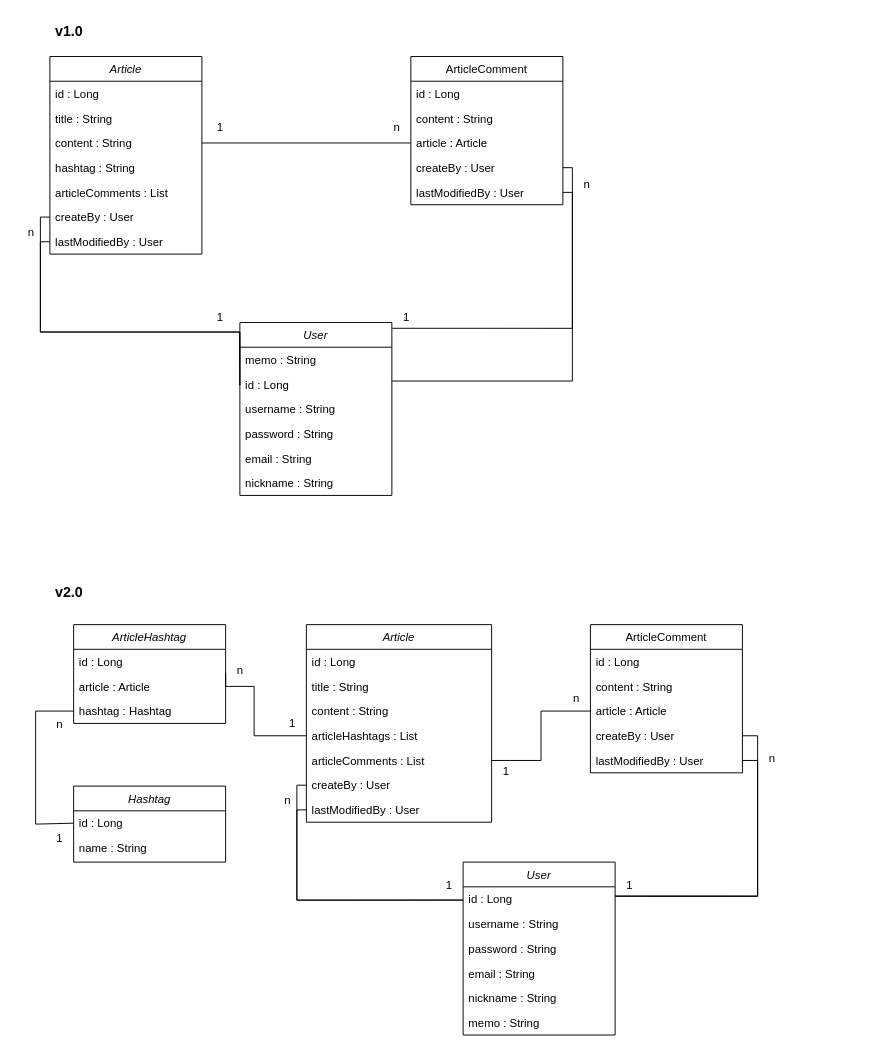
Above: document/project-board_CLASS.drawio in mykim8710/project-board (draw.io), before the change. Source tidied: cells renumbered, new cells numbered last; positions are measured from the earlier drawing's top-left corner, leaving out a move shared by most shapes. Both pictures are drawn from the tidied source at 95%, with x=0, y=0 at pixel (16, 16).
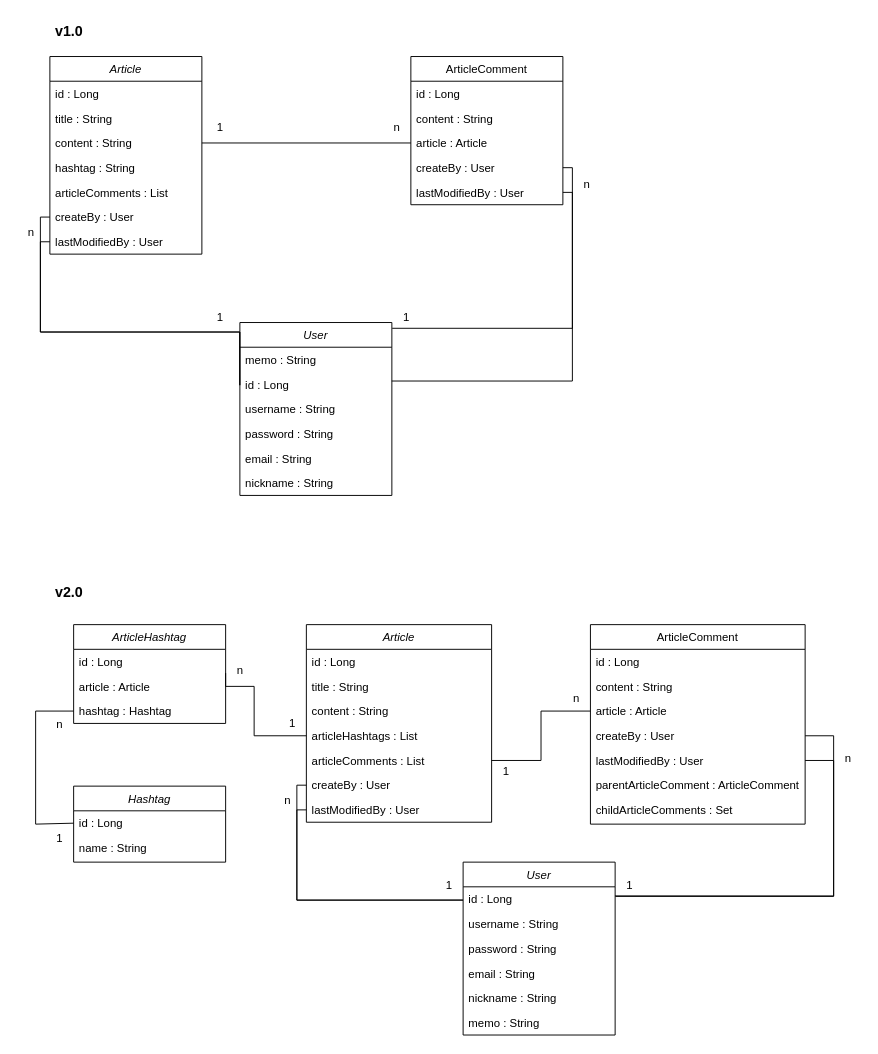
After the change.

Commit message:
#57 - 댓글기능 고도화에 따른 클래스다이어그램 수정

Unchanged cells that the change refers to:
```xml
<mxCell id="58" value="id : Long" style="text;align=left;verticalAlign=top;spacingLeft=4;spacingRight=4;overflow=hidden;points=[[0,0.5],[1,0.5]];portConstraint=eastwest;" parent="57" vertex="1">
  <mxGeometry y="26" width="160" height="26" as="geometry" />
</mxCell>
<mxCell id="69" value="1" style="text;html=1;align=center;verticalAlign=middle;points=[];strokeColor=none;fillColor=none;" parent="1" vertex="1">
  <mxGeometry x="630" y="900" width="30" height="30" as="geometry" />
</mxCell>
```

What changed in the source:
```diff
@@
     <mxCell id="51" value="ArticleComment" style="swimlane;fontStyle=0;align=center;verticalAlign=top;horizontal=1;startSize=26;rounded=0;shadow=0;strokeWidth=1;" parent="1" vertex="1">
-      <mxGeometry x="604" y="640" width="160" height="156" as="geometry" />
+      <mxGeometry x="604" y="640" width="226" height="210" as="geometry" />
     </mxCell>
     <mxCell id="52" value="id : Long" style="text;align=left;verticalAlign=top;spacingLeft=4;spacingRight=4;overflow=hidden;" parent="51" vertex="1">
-      <mxGeometry y="26" width="160" height="26" as="geometry" />
+      <mxGeometry y="26" width="226" height="26" as="geometry" />
     </mxCell>
     <mxCell id="53" value="content : String" style="text;align=left;verticalAlign=top;spacingLeft=4;spacingRight=4;overflow=hidden;rounded=0;shadow=0;html=0;" parent="51" vertex="1">
-      <mxGeometry y="52" width="160" height="26" as="geometry" />
+      <mxGeometry y="52" width="226" height="26" as="geometry" />
     </mxCell>
     <mxCell id="54" value="article : Article" style="text;align=left;verticalAlign=top;spacingLeft=4;spacingRight=4;overflow=hidden;points=[[0,0.5],[1,0.5]];portConstraint=eastwest;rounded=0;shadow=0;html=0;" parent="51" vertex="1">
-      <mxGeometry y="78" width="160" height="26" as="geometry" />
+      <mxGeometry y="78" width="226" height="26" as="geometry" />
     </mxCell>
     <mxCell id="55" value="createBy : User" style="text;align=left;verticalAlign=top;spacingLeft=4;spacingRight=4;overflow=hidden;points=[[0,0.5],[1,0.5]];portConstraint=eastwest;rounded=0;shadow=0;html=0;" parent="51" vertex="1">
-      <mxGeometry y="104" width="160" height="26" as="geometry" />
+      <mxGeometry y="104" width="226" height="26" as="geometry" />
     </mxCell>
     <mxCell id="56" value="lastModifiedBy : User" style="text;align=left;verticalAlign=top;spacingLeft=4;spacingRight=4;overflow=hidden;points=[[0,0.5],[1,0.5]];portConstraint=eastwest;rounded=0;shadow=0;html=0;" parent="51" vertex="1">
-      <mxGeometry y="130" width="160" height="26" as="geometry" />
+      <mxGeometry y="130" width="226" height="26" as="geometry" />
     </mxCell>
+    <mxCell id="82" value="parentArticleComment : ArticleComment" style="text;align=left;verticalAlign=top;spacingLeft=4;spacingRight=4;overflow=hidden;rounded=0;shadow=0;html=0;" parent="51" vertex="1">
+      <mxGeometry y="156" width="226" height="26" as="geometry" />
+    </mxCell>
+    <mxCell id="83" value="childArticleComments : Set" style="text;align=left;verticalAlign=top;spacingLeft=4;spacingRight=4;overflow=hidden;rounded=0;shadow=0;html=0;" parent="51" vertex="1">
+      <mxGeometry y="182" width="226" height="26" as="geometry" />
+    </mxCell>
@@
     <mxCell id="68" style="endArrow=none;html=1;rounded=0;entryX=0.999;entryY=0.368;entryDx=0;entryDy=0;edgeStyle=orthogonalEdgeStyle;exitX=1;exitY=0.5;exitDx=0;exitDy=0;entryPerimeter=0;" parent="1" edge="1" source="55" target="58">
       <mxGeometry relative="1" as="geometry">
         <Array as="points">
-          <mxPoint x="780" y="757" />
-          <mxPoint x="780" y="926" />
+          <mxPoint x="860" y="757" />
+          <mxPoint x="860" y="926" />
         </Array>
       </mxGeometry>
     </mxCell>
@@
     <mxCell id="70" value="n" style="text;html=1;align=center;verticalAlign=middle;strokeColor=none;fillColor=none;" parent="1" vertex="1">
-      <mxGeometry x="780" y="766" width="30" height="30" as="geometry" />
+      <mxGeometry x="860" y="766" width="30" height="30" as="geometry" />
     </mxCell>
     <mxCell id="71" style="endArrow=none;html=1;rounded=0;entryX=0.011;entryY=0.869;entryDx=0;entryDy=0;edgeStyle=orthogonalEdgeStyle;entryPerimeter=0;exitX=1;exitY=0.5;exitDx=0;exitDy=0;" parent="1" edge="1" source="56" target="69">
       <mxGeometry relative="1" as="geometry">
         <Array as="points">
-          <mxPoint x="780" y="783" />
-          <mxPoint x="780" y="926" />
+          <mxPoint x="860" y="783" />
+          <mxPoint x="860" y="926" />
         </Array>
       </mxGeometry>
     </mxCell>
```
